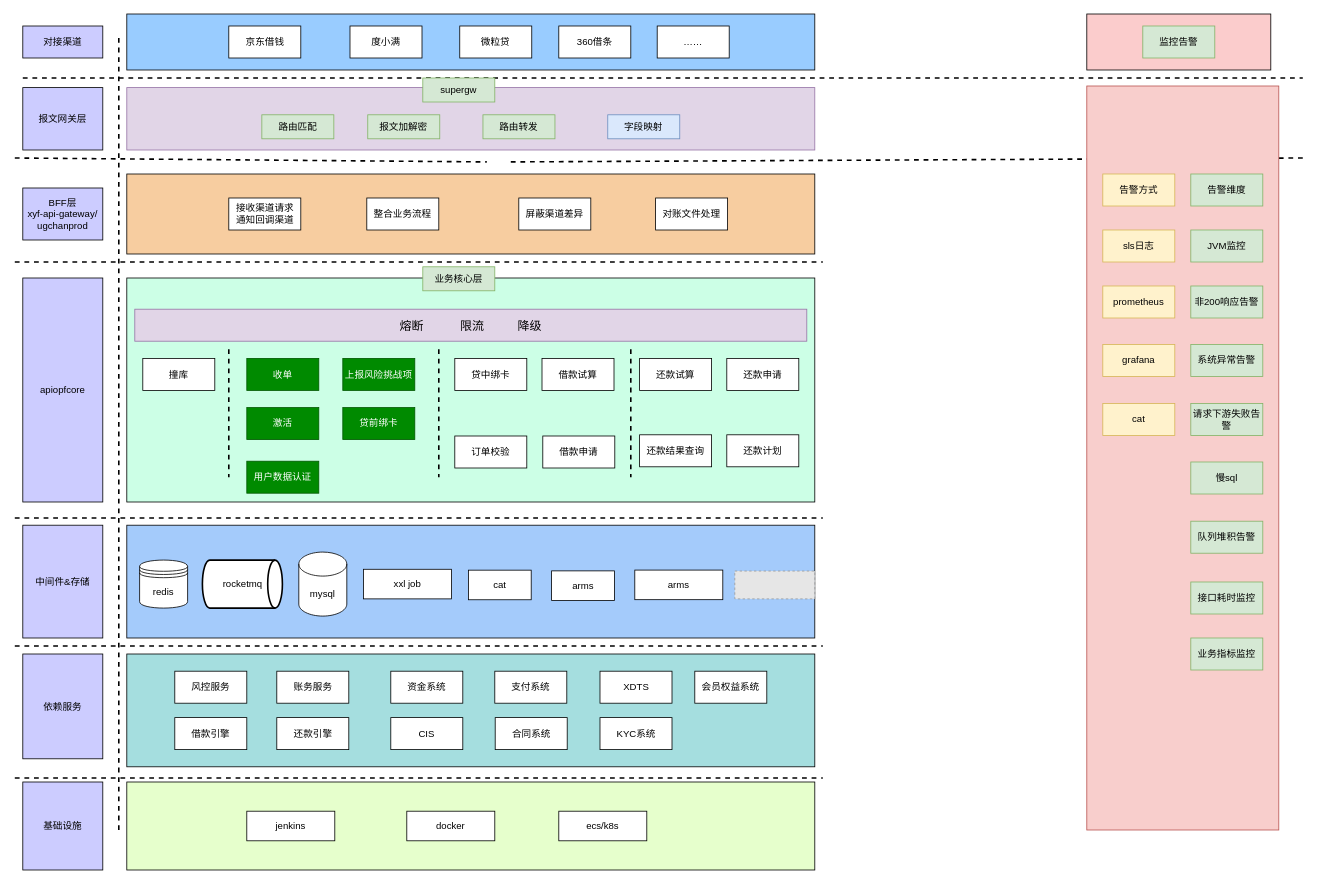
This is api产品中心-系统架构图.drawio from yuanlj-tea/picgo, a draw.io file, before an edit. Source tidied: cells renumbered, new cells numbered last; positions are measured from the earlier drawing's top-left corner, leaving out a move shared by most shapes. Both pictures are drawn from the tidied source at 80%, with x=0, y=0 at pixel (14, 14). Pictures stored in the file or linked from it are replaced by grey dashed boxes.
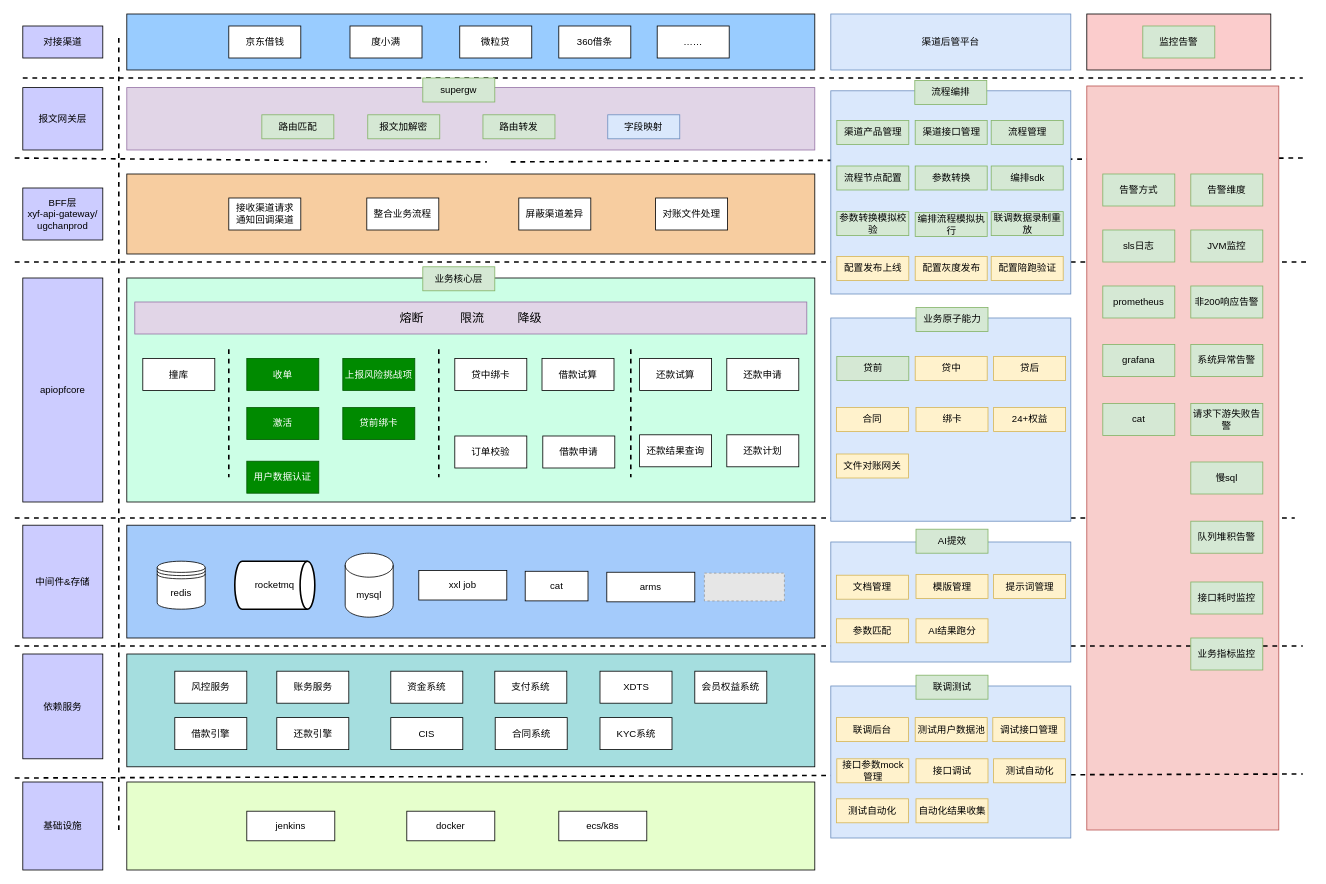
After the change.

Commit message:
更新api产品中心-系统架构图.drawio

Diff of the diagram source:
```diff
@@
     <mxCell id="2" style="endArrow=none;dashed=1;html=1;rounded=0;strokeWidth=2;" parent="1" edge="1">
       <mxGeometry relative="1" as="geometry">
         <mxPoint y="630" as="sourcePoint" />
-        <mxPoint x="1010" y="630" as="targetPoint" />
+        <mxPoint x="1600" y="630" as="targetPoint" />
       </mxGeometry>
     </mxCell>
@@
     <mxCell id="10" style="endArrow=none;dashed=1;html=1;rounded=0;strokeWidth=2;" parent="1" edge="1">
       <mxGeometry relative="1" as="geometry">
         <mxPoint y="310" as="sourcePoint" />
-        <mxPoint x="1010" y="310" as="targetPoint" />
+        <mxPoint x="1620" y="310" as="targetPoint" />
       </mxGeometry>
     </mxCell>
@@
-    <mxCell id="20" value="sls日志" style="rounded=0;whiteSpace=wrap;html=1;fillColor=#fff2cc;strokeColor=#d6b656;" parent="1" vertex="1">
+    <mxCell id="20" value="sls日志" style="rounded=0;whiteSpace=wrap;html=1;fillColor=#d5e8d4;strokeColor=#82b366;" parent="1" vertex="1">
       <mxGeometry x="1360" y="270" width="90" height="40" as="geometry" />
     </mxCell>
@@
-    <mxCell id="23" value="prometheus" style="rounded=0;whiteSpace=wrap;html=1;fillColor=#fff2cc;strokeColor=#d6b656;" parent="1" vertex="1">
+    <mxCell id="23" value="prometheus" style="rounded=0;whiteSpace=wrap;html=1;fillColor=#d5e8d4;strokeColor=#82b366;" parent="1" vertex="1">
       <mxGeometry x="1360" y="340" width="90" height="40" as="geometry" />
     </mxCell>
-    <mxCell id="24" value="grafana" style="rounded=0;whiteSpace=wrap;html=1;fillColor=#fff2cc;strokeColor=#d6b656;" parent="1" vertex="1">
+    <mxCell id="24" value="grafana" style="rounded=0;whiteSpace=wrap;html=1;fillColor=#d5e8d4;strokeColor=#82b366;" parent="1" vertex="1">
       <mxGeometry x="1360" y="413" width="90" height="40" as="geometry" />
     </mxCell>
-    <mxCell id="25" value="cat" style="rounded=0;whiteSpace=wrap;html=1;fillColor=#fff2cc;strokeColor=#d6b656;" parent="1" vertex="1">
+    <mxCell id="25" value="cat" style="rounded=0;whiteSpace=wrap;html=1;fillColor=#d5e8d4;strokeColor=#82b366;" parent="1" vertex="1">
       <mxGeometry x="1360" y="487" width="90" height="40" as="geometry" />
     </mxCell>
@@
     <mxCell id="29" style="endArrow=none;dashed=1;html=1;rounded=0;strokeWidth=2;" parent="1" edge="1">
       <mxGeometry relative="1" as="geometry">
         <mxPoint y="790" as="sourcePoint" />
-        <mxPoint x="1010" y="790" as="targetPoint" />
+        <mxPoint x="1610" y="790" as="targetPoint" />
       </mxGeometry>
     </mxCell>
@@
     <mxCell id="33" value="mysql" style="shape=cylinder3;whiteSpace=wrap;html=1;boundedLbl=1;backgroundOutline=1;size=15;" parent="1" vertex="1">
-      <mxGeometry x="355" y="672.6" width="60" height="80" as="geometry" />
+      <mxGeometry x="413" y="674" width="60" height="80" as="geometry" />
     </mxCell>
     <mxCell id="34" style="endArrow=none;dashed=1;html=1;rounded=0;strokeWidth=2;" parent="1" edge="1">
       <mxGeometry relative="1" as="geometry">
         <mxPoint y="955" as="sourcePoint" />
-        <mxPoint x="1010" y="955" as="targetPoint" />
+        <mxPoint x="1610" y="950" as="targetPoint" />
       </mxGeometry>
     </mxCell>
@@
     <mxCell id="42" value="redis" style="shape=datastore;whiteSpace=wrap;html=1;" parent="1" vertex="1">
-      <mxGeometry x="156" y="682.6" width="60" height="60" as="geometry" />
+      <mxGeometry x="178" y="684" width="60" height="60" as="geometry" />
     </mxCell>
@@
-    <mxCell id="53" value="告警方式" style="rounded=0;whiteSpace=wrap;html=1;fillColor=#fff2cc;strokeColor=#d6b656;" parent="1" vertex="1">
+    <mxCell id="53" value="告警方式" style="rounded=0;whiteSpace=wrap;html=1;fillColor=#d5e8d4;strokeColor=#82b366;" parent="1" vertex="1">
       <mxGeometry x="1360" y="200" width="90" height="40" as="geometry" />
     </mxCell>
@@
     <mxCell id="61" value="xxl job" style="rounded=0;whiteSpace=wrap;html=1;" parent="1" vertex="1">
-      <mxGeometry x="436" y="694.1" width="110" height="37" as="geometry" />
+      <mxGeometry x="505" y="695.5" width="110" height="37" as="geometry" />
     </mxCell>
     <mxCell id="62" value="rocketmq" style="strokeWidth=2;html=1;shape=mxgraph.flowchart.direct_data;whiteSpace=wrap;" parent="1" vertex="1">
-      <mxGeometry x="234.5" y="682.6" width="100" height="60" as="geometry" />
+      <mxGeometry x="275" y="684" width="100" height="60" as="geometry" />
     </mxCell>
@@
     <mxCell id="77" style="fillColor=#E6E6E6;strokeColor=#999999;dashed=1;verticalLabelPosition=bottom;labelBackgroundColor=default;verticalAlign=top;" parent="1" vertex="1">
-      <mxGeometry x="900" y="696.3" width="100" height="34.8" as="geometry" />
+      <mxGeometry x="862" y="698.9" width="100" height="34.8" as="geometry" />
     </mxCell>
@@
     <mxCell id="83" value="熔断&amp;nbsp; &amp;nbsp; &amp;nbsp; &amp;nbsp; &amp;nbsp; &amp;nbsp;限流&amp;nbsp; &amp;nbsp; &amp;nbsp; &amp;nbsp; &amp;nbsp; 降级" style="rounded=0;whiteSpace=wrap;html=1;fillColor=#e1d5e7;strokeColor=#9673a6;fontSize=15;" parent="1" vertex="1">
-      <mxGeometry x="150" y="369" width="840" height="40" as="geometry" />
+      <mxGeometry x="150" y="360" width="840" height="40" as="geometry" />
     </mxCell>
@@
     <mxCell id="86" value="arms" style="rounded=0;whiteSpace=wrap;html=1;" parent="1" vertex="1">
-      <mxGeometry x="775" y="695.1" width="110" height="37" as="geometry" />
+      <mxGeometry x="740" y="697.8" width="110" height="37" as="geometry" />
     </mxCell>
-    <mxCell id="87" value="arms" style="rounded=0;whiteSpace=wrap;html=1;" parent="1" vertex="1">
-      <mxGeometry x="671" y="696.1" width="78.5" height="37" as="geometry" />
-    </mxCell>
     <mxCell id="88" value="cat" style="rounded=0;whiteSpace=wrap;html=1;" parent="1" vertex="1">
-      <mxGeometry x="567" y="695.2" width="78.5" height="37" as="geometry" />
+      <mxGeometry x="638" y="696.6" width="78.5" height="37" as="geometry" />
     </mxCell>
@@
+    <mxCell id="96" value="渠道后管平台" style="rounded=0;whiteSpace=wrap;html=1;fillColor=#dae8fc;strokeColor=#6c8ebf;" parent="1" vertex="1">
+      <mxGeometry x="1020" width="300" height="70" as="geometry" />
+    </mxCell>
+    <mxCell id="97" style="rounded=0;whiteSpace=wrap;html=1;fillColor=#dae8fc;strokeColor=#6c8ebf;" parent="1" vertex="1">
+      <mxGeometry x="1020" y="96" width="300" height="254" as="geometry" />
+    </mxCell>
+    <mxCell id="98" value="流程编排" style="rounded=0;whiteSpace=wrap;html=1;fillColor=#d5e8d4;strokeColor=#82b366;" parent="1" vertex="1">
+      <mxGeometry x="1125" y="83" width="90" height="30" as="geometry" />
+    </mxCell>
+    <mxCell id="99" value="渠道产品管理" style="rounded=0;whiteSpace=wrap;html=1;fillColor=#d5e8d4;strokeColor=#82b366;" parent="1" vertex="1">
+      <mxGeometry x="1027.5" y="133" width="90" height="30" as="geometry" />
+    </mxCell>
+    <mxCell id="100" value="渠道接口管理" style="rounded=0;whiteSpace=wrap;html=1;fillColor=#d5e8d4;strokeColor=#82b366;" parent="1" vertex="1">
+      <mxGeometry x="1125.5" y="133" width="90" height="30" as="geometry" />
+    </mxCell>
+    <mxCell id="101" value="流程管理" style="rounded=0;whiteSpace=wrap;html=1;fillColor=#d5e8d4;strokeColor=#82b366;" parent="1" vertex="1">
+      <mxGeometry x="1220.5" y="133" width="90" height="30" as="geometry" />
+    </mxCell>
+    <mxCell id="102" value="流程节点配置" style="rounded=0;whiteSpace=wrap;html=1;fillColor=#d5e8d4;strokeColor=#82b366;" parent="1" vertex="1">
+      <mxGeometry x="1027.5" y="190" width="90" height="30" as="geometry" />
+    </mxCell>
+    <mxCell id="103" value="参数转换" style="rounded=0;whiteSpace=wrap;html=1;fillColor=#d5e8d4;strokeColor=#82b366;" parent="1" vertex="1">
+      <mxGeometry x="1125.5" y="190" width="90" height="30" as="geometry" />
+    </mxCell>
+    <mxCell id="104" value="编排sdk" style="rounded=0;whiteSpace=wrap;html=1;fillColor=#d5e8d4;strokeColor=#82b366;" parent="1" vertex="1">
+      <mxGeometry x="1220.5" y="190" width="90" height="30" as="geometry" />
+    </mxCell>
+    <mxCell id="105" value="参数转换模拟校验" style="rounded=0;whiteSpace=wrap;html=1;fillColor=#d5e8d4;strokeColor=#82b366;" parent="1" vertex="1">
+      <mxGeometry x="1027.5" y="247" width="90" height="30" as="geometry" />
+    </mxCell>
+    <mxCell id="106" value="编排流程模拟执行" style="rounded=0;whiteSpace=wrap;html=1;fillColor=#d5e8d4;strokeColor=#82b366;" parent="1" vertex="1">
+      <mxGeometry x="1125.5" y="248" width="90" height="30" as="geometry" />
+    </mxCell>
+    <mxCell id="107" value="联调数据录制重放" style="rounded=0;whiteSpace=wrap;html=1;fillColor=#d5e8d4;strokeColor=#82b366;" parent="1" vertex="1">
+      <mxGeometry x="1220.5" y="247" width="90" height="30" as="geometry" />
+    </mxCell>
+    <mxCell id="108" value="配置发布上线" style="rounded=0;whiteSpace=wrap;html=1;fillColor=#fff2cc;strokeColor=#d6b656;" parent="1" vertex="1">
+      <mxGeometry x="1027.5" y="303" width="90" height="30" as="geometry" />
+    </mxCell>
+    <mxCell id="109" value="配置灰度发布" style="rounded=0;whiteSpace=wrap;html=1;fillColor=#fff2cc;strokeColor=#d6b656;" parent="1" vertex="1">
+      <mxGeometry x="1125.5" y="303" width="90" height="30" as="geometry" />
+    </mxCell>
+    <mxCell id="110" value="配置陪跑验证" style="rounded=0;whiteSpace=wrap;html=1;fillColor=#fff2cc;strokeColor=#d6b656;" parent="1" vertex="1">
+      <mxGeometry x="1220.5" y="303" width="90" height="30" as="geometry" />
+    </mxCell>
+    <mxCell id="111" style="rounded=0;whiteSpace=wrap;html=1;fillColor=#dae8fc;strokeColor=#6c8ebf;" parent="1" vertex="1">
+      <mxGeometry x="1020" y="380" width="300" height="254" as="geometry" />
+    </mxCell>
+    <mxCell id="112" value="业务原子能力" style="rounded=0;whiteSpace=wrap;html=1;fillColor=#d5e8d4;strokeColor=#82b366;" parent="1" vertex="1">
+      <mxGeometry x="1126.5" y="367" width="90" height="30" as="geometry" />
+    </mxCell>
+    <mxCell id="113" value="贷前" style="rounded=0;whiteSpace=wrap;html=1;fillColor=#d5e8d4;strokeColor=#82b366;" parent="1" vertex="1">
+      <mxGeometry x="1027.5" y="428" width="90" height="30" as="geometry" />
+    </mxCell>
+    <mxCell id="114" value="贷中" style="rounded=0;whiteSpace=wrap;html=1;fillColor=#fff2cc;strokeColor=#d6b656;" parent="1" vertex="1">
+      <mxGeometry x="1125.5" y="428" width="90" height="30" as="geometry" />
+    </mxCell>
+    <mxCell id="115" value="贷后" style="rounded=0;whiteSpace=wrap;html=1;fillColor=#fff2cc;strokeColor=#d6b656;" parent="1" vertex="1">
+      <mxGeometry x="1223.5" y="428" width="90" height="30" as="geometry" />
+    </mxCell>
+    <mxCell id="116" value="合同" style="rounded=0;whiteSpace=wrap;html=1;fillColor=#fff2cc;strokeColor=#d6b656;" parent="1" vertex="1">
+      <mxGeometry x="1027" y="492" width="90" height="30" as="geometry" />
+    </mxCell>
+    <mxCell id="117" value="24+权益" style="rounded=0;whiteSpace=wrap;html=1;fillColor=#fff2cc;strokeColor=#d6b656;" parent="1" vertex="1">
+      <mxGeometry x="1223.5" y="492" width="90" height="30" as="geometry" />
+    </mxCell>
+    <mxCell id="118" value="绑卡" style="rounded=0;whiteSpace=wrap;html=1;fillColor=#fff2cc;strokeColor=#d6b656;" parent="1" vertex="1">
+      <mxGeometry x="1126.5" y="492" width="90" height="30" as="geometry" />
+    </mxCell>
+    <mxCell id="119" value="文件对账网关" style="rounded=0;whiteSpace=wrap;html=1;fillColor=#fff2cc;strokeColor=#d6b656;" parent="1" vertex="1">
+      <mxGeometry x="1027" y="550" width="90" height="30" as="geometry" />
+    </mxCell>
+    <mxCell id="120" style="rounded=0;whiteSpace=wrap;html=1;fillColor=#dae8fc;strokeColor=#6c8ebf;" parent="1" vertex="1">
+      <mxGeometry x="1020" y="660" width="300" height="150" as="geometry" />
+    </mxCell>
+    <mxCell id="121" value="AI提效" style="rounded=0;whiteSpace=wrap;html=1;fillColor=#d5e8d4;strokeColor=#82b366;" parent="1" vertex="1">
+      <mxGeometry x="1126.5" y="644" width="90" height="30" as="geometry" />
+    </mxCell>
+    <mxCell id="122" value="文档管理" style="rounded=0;whiteSpace=wrap;html=1;fillColor=#fff2cc;strokeColor=#d6b656;" parent="1" vertex="1">
+      <mxGeometry x="1027" y="701.5" width="90" height="30" as="geometry" />
+    </mxCell>
+    <mxCell id="123" value="模版管理" style="rounded=0;whiteSpace=wrap;html=1;fillColor=#fff2cc;strokeColor=#d6b656;" parent="1" vertex="1">
+      <mxGeometry x="1126.5" y="700.5" width="90" height="30" as="geometry" />
+    </mxCell>
+    <mxCell id="124" value="提示词管理" style="rounded=0;whiteSpace=wrap;html=1;fillColor=#fff2cc;strokeColor=#d6b656;" parent="1" vertex="1">
+      <mxGeometry x="1223.5" y="700.5" width="90" height="30" as="geometry" />
+    </mxCell>
+    <mxCell id="125" value="参数匹配" style="rounded=0;whiteSpace=wrap;html=1;fillColor=#fff2cc;strokeColor=#d6b656;" parent="1" vertex="1">
+      <mxGeometry x="1027" y="756" width="90" height="30" as="geometry" />
+    </mxCell>
+    <mxCell id="126" value="AI结果跑分" style="rounded=0;whiteSpace=wrap;html=1;fillColor=#fff2cc;strokeColor=#d6b656;" parent="1" vertex="1">
+      <mxGeometry x="1126.5" y="756" width="90" height="30" as="geometry" />
+    </mxCell>
+    <mxCell id="127" style="rounded=0;whiteSpace=wrap;html=1;fillColor=#dae8fc;strokeColor=#6c8ebf;" parent="1" vertex="1">
+      <mxGeometry x="1020" y="840" width="300" height="190" as="geometry" />
+    </mxCell>
+    <mxCell id="128" value="联调测试" style="rounded=0;whiteSpace=wrap;html=1;fillColor=#d5e8d4;strokeColor=#82b366;" parent="1" vertex="1">
+      <mxGeometry x="1126.5" y="826.5" width="90" height="30" as="geometry" />
+    </mxCell>
+    <mxCell id="129" value="联调后台" style="rounded=0;whiteSpace=wrap;html=1;fillColor=#fff2cc;strokeColor=#d6b656;" parent="1" vertex="1">
+      <mxGeometry x="1027" y="879.5" width="90" height="30" as="geometry" />
+    </mxCell>
+    <mxCell id="130" value="测试用户数据池" style="rounded=0;whiteSpace=wrap;html=1;fillColor=#fff2cc;strokeColor=#d6b656;" parent="1" vertex="1">
+      <mxGeometry x="1125.5" y="879.5" width="90" height="30" as="geometry" />
+    </mxCell>
+    <mxCell id="131" value="调试接口管理" style="rounded=0;whiteSpace=wrap;html=1;fillColor=#fff2cc;strokeColor=#d6b656;" parent="1" vertex="1">
+      <mxGeometry x="1222.5" y="879.5" width="90" height="30" as="geometry" />
+    </mxCell>
+    <mxCell id="132" value="接口参数mock管理" style="rounded=0;whiteSpace=wrap;html=1;fillColor=#fff2cc;strokeColor=#d6b656;" parent="1" vertex="1">
+      <mxGeometry x="1027.5" y="931" width="90" height="30" as="geometry" />
+    </mxCell>
+    <mxCell id="133" value="接口调试" style="rounded=0;whiteSpace=wrap;html=1;fillColor=#fff2cc;strokeColor=#d6b656;" parent="1" vertex="1">
+      <mxGeometry x="1126.5" y="931" width="90" height="30" as="geometry" />
+    </mxCell>
+    <mxCell id="134" value="测试自动化" style="rounded=0;whiteSpace=wrap;html=1;fillColor=#fff2cc;strokeColor=#d6b656;" parent="1" vertex="1">
+      <mxGeometry x="1223.5" y="931" width="90" height="30" as="geometry" />
+    </mxCell>
+    <mxCell id="135" value="测试自动化" style="rounded=0;whiteSpace=wrap;html=1;fillColor=#fff2cc;strokeColor=#d6b656;" parent="1" vertex="1">
+      <mxGeometry x="1027" y="981" width="90" height="30" as="geometry" />
+    </mxCell>
+    <mxCell id="136" value="自动化结果收集" style="rounded=0;whiteSpace=wrap;html=1;fillColor=#fff2cc;strokeColor=#d6b656;" parent="1" vertex="1">
+      <mxGeometry x="1126.5" y="981" width="90" height="30" as="geometry" />
+    </mxCell>
```
